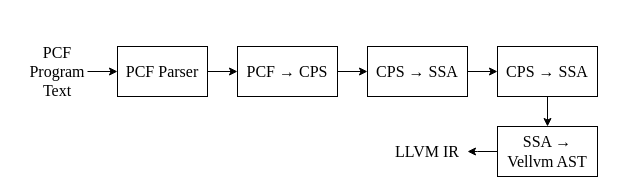
Before: ccf/overview.drawio in ABigDoge/MyDiagrams, a draw.io diagram. Source tidied: cells renumbered, new cells numbered last; positions are measured from the earlier drawing's top-left corner, leaving out a move shared by most shapes. Both pictures are drawn from the tidied source at 100%, with x=0, y=0 at pixel (27, 46).
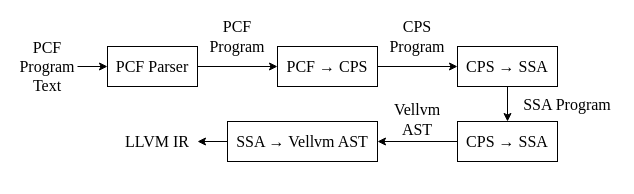
The same page after the edit.

What changed in the source:
```diff
@@
 <mxGraphModel>
   <root>
     <mxCell id="0" />
     <mxCell id="1" parent="0" />
     <mxCell id="2" style="edgeStyle=orthogonalEdgeStyle;rounded=0;jettySize=auto;html=1;fontFamily=Times New Roman;fontSize=16;fontColor=#000000;" parent="1" edge="1" source="3" target="5">
       <mxGeometry relative="1" as="geometry" />
     </mxCell>
     <mxCell id="3" value="PCF Parser" style="rounded=0;whiteSpace=wrap;html=1;labelBackgroundColor=#ffffff;fontFamily=Times New Roman;fontSize=16;fontColor=#000000;" parent="1" vertex="1">
-      <mxGeometry x="90" width="90" height="50" as="geometry" />
+      <mxGeometry x="80" width="90" height="40" as="geometry" />
     </mxCell>
     <mxCell id="4" style="edgeStyle=orthogonalEdgeStyle;rounded=0;jettySize=auto;html=1;fontFamily=Times New Roman;fontSize=16;fontColor=#000000;" parent="1" edge="1" source="5" target="7">
       <mxGeometry relative="1" as="geometry" />
     </mxCell>
     <mxCell id="5" value="PCF&amp;nbsp;→ CPS" style="rounded=0;whiteSpace=wrap;html=1;labelBackgroundColor=#ffffff;fontFamily=Times New Roman;fontSize=16;fontColor=#000000;" parent="1" vertex="1">
-      <mxGeometry x="210" width="100" height="50" as="geometry" />
+      <mxGeometry x="250" width="100" height="40" as="geometry" />
     </mxCell>
     <mxCell id="6" style="edgeStyle=orthogonalEdgeStyle;rounded=0;jettySize=auto;html=1;fontFamily=Times New Roman;fontSize=16;fontColor=#000000;" parent="1" edge="1" source="7" target="9">
       <mxGeometry relative="1" as="geometry" />
     </mxCell>
     <mxCell id="7" value="CPS → SSA" style="rounded=0;whiteSpace=wrap;html=1;labelBackgroundColor=#ffffff;fontFamily=Times New Roman;fontSize=16;fontColor=#000000;" parent="1" vertex="1">
-      <mxGeometry x="340" width="100" height="50" as="geometry" />
+      <mxGeometry x="430" width="100" height="40" as="geometry" />
     </mxCell>
     <mxCell id="8" style="edgeStyle=orthogonalEdgeStyle;rounded=0;jettySize=auto;html=1;fontFamily=Times New Roman;fontSize=16;fontColor=#000000;" parent="1" edge="1" source="9" target="11">
       <mxGeometry relative="1" as="geometry" />
     </mxCell>
     <mxCell id="9" value="CPS → SSA" style="rounded=0;whiteSpace=wrap;html=1;labelBackgroundColor=#ffffff;fontFamily=Times New Roman;fontSize=16;fontColor=#000000;" parent="1" vertex="1">
-      <mxGeometry x="470" width="100" height="50" as="geometry" />
+      <mxGeometry x="430" y="75" width="100" height="40" as="geometry" />
     </mxCell>
-    <mxCell id="10" style="edgeStyle=orthogonalEdgeStyle;rounded=0;jettySize=auto;html=1;fontFamily=Times New Roman;fontSize=16;fontColor=#000000;" parent="1" edge="1" source="11">
-      <mxGeometry relative="1" as="geometry">
-        <mxPoint x="440" y="105" as="targetPoint" />
-      </mxGeometry>
-    </mxCell>
+    <mxCell id="15" style="edgeStyle=orthogonalEdgeStyle;rounded=0;jettySize=auto;html=1;fontFamily=Times New Roman;fontSize=16;fontColor=#000000;" parent="1" edge="1" source="11" target="14">
+      <mxGeometry relative="1" as="geometry" />
+    </mxCell>
     <mxCell id="11" value="SSA → Vellvm AST" style="rounded=0;whiteSpace=wrap;html=1;labelBackgroundColor=#ffffff;fontFamily=Times New Roman;fontSize=16;fontColor=#000000;" parent="1" vertex="1">
-      <mxGeometry x="470" y="80" width="100" height="50" as="geometry" />
+      <mxGeometry x="200" y="75" width="150" height="40" as="geometry" />
     </mxCell>
     <mxCell id="12" style="edgeStyle=orthogonalEdgeStyle;rounded=0;jettySize=auto;html=1;fontFamily=Times New Roman;fontSize=16;fontColor=#000000;" parent="1" edge="1" source="13" target="3">
       <mxGeometry relative="1" as="geometry" />
     </mxCell>
     <mxCell id="13" value="PCF Program Text" style="text;html=1;strokeColor=none;fillColor=none;align=center;verticalAlign=middle;whiteSpace=wrap;rounded=0;fontSize=16;fontFamily=Times New Roman;fontColor=#000000;" parent="1" vertex="1">
-      <mxGeometry y="10" width="60" height="30" as="geometry" />
+      <mxGeometry x="-10" y="5" width="60" height="30" as="geometry" />
     </mxCell>
     <mxCell id="14" value="LLVM IR" style="text;html=1;strokeColor=none;fillColor=none;align=center;verticalAlign=middle;whiteSpace=wrap;rounded=0;fontSize=16;fontFamily=Times New Roman;fontColor=#000000;" parent="1" vertex="1">
-      <mxGeometry x="360" y="90" width="80" height="30" as="geometry" />
+      <mxGeometry x="90" y="80" width="80" height="30" as="geometry" />
     </mxCell>
+    <mxCell id="16" value="PCF Program" style="text;html=1;strokeColor=none;fillColor=none;align=center;verticalAlign=middle;whiteSpace=wrap;rounded=0;fontSize=16;fontFamily=Times New Roman;fontColor=#000000;" parent="1" vertex="1">
+      <mxGeometry x="180" y="-25" width="60" height="30" as="geometry" />
+    </mxCell>
+    <mxCell id="17" value="CPS Program" style="text;html=1;strokeColor=none;fillColor=none;align=center;verticalAlign=middle;whiteSpace=wrap;rounded=0;fontSize=16;fontFamily=Times New Roman;fontColor=#000000;" parent="1" vertex="1">
+      <mxGeometry x="360" y="-17.5" width="60" height="15" as="geometry" />
+    </mxCell>
+    <mxCell id="18" value="SSA Program" style="text;html=1;strokeColor=none;fillColor=none;align=center;verticalAlign=middle;whiteSpace=wrap;rounded=0;fontSize=16;fontFamily=Times New Roman;fontColor=#000000;" parent="1" vertex="1">
+      <mxGeometry x="490" y="50" width="100" height="15" as="geometry" />
+    </mxCell>
+    <mxCell id="19" value="Vellvm AST" style="text;html=1;strokeColor=none;fillColor=none;align=center;verticalAlign=middle;whiteSpace=wrap;rounded=0;fontSize=16;fontFamily=Times New Roman;fontColor=#000000;" parent="1" vertex="1">
+      <mxGeometry x="350" y="65" width="80" height="15" as="geometry" />
+    </mxCell>
   </root>
 </mxGraphModel>
```
